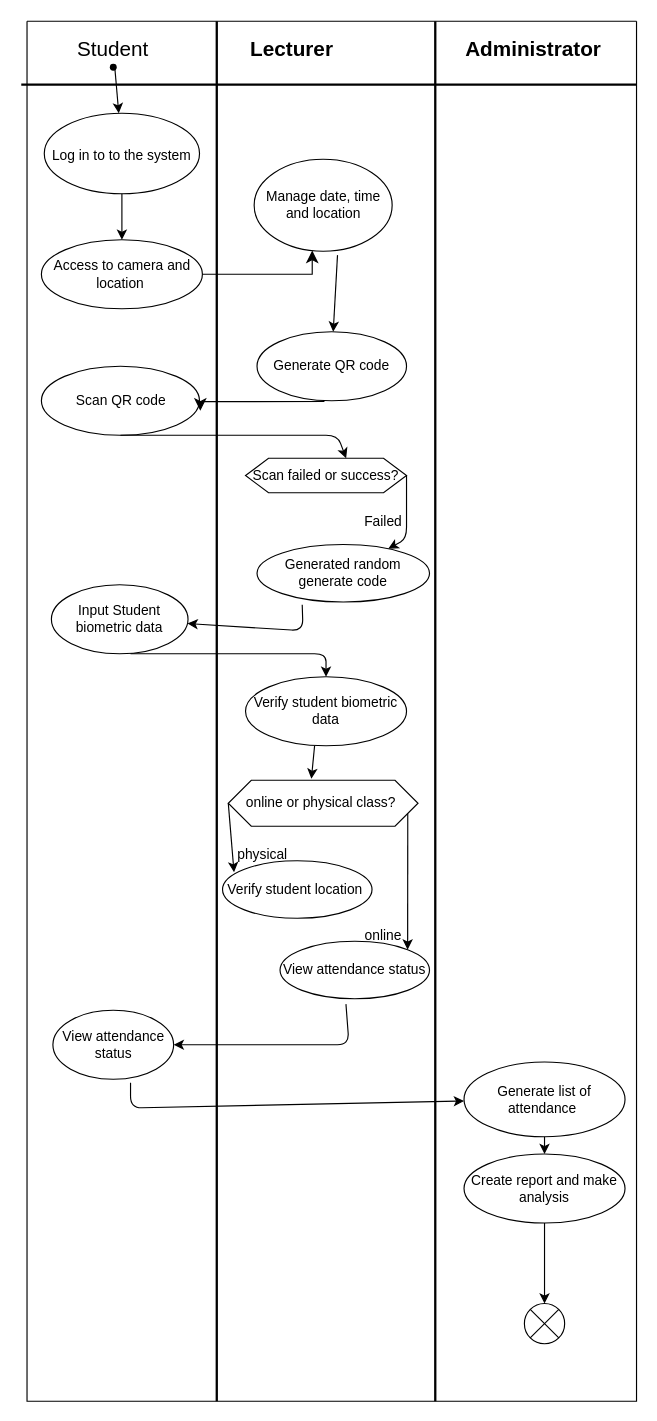
This is page "activity" (2 of 2) of project/drawio/cutie/UMLdiagram.drawio from drshahizan/software-engineering, a draw.io file, before an edit. Source tidied: cells renumbered, new cells numbered last; positions are measured from the earlier drawing's top-left corner, leaving out a move shared by most shapes. Both pictures are drawn from the tidied source at 115%, with x=0, y=0 at pixel (21, 21).
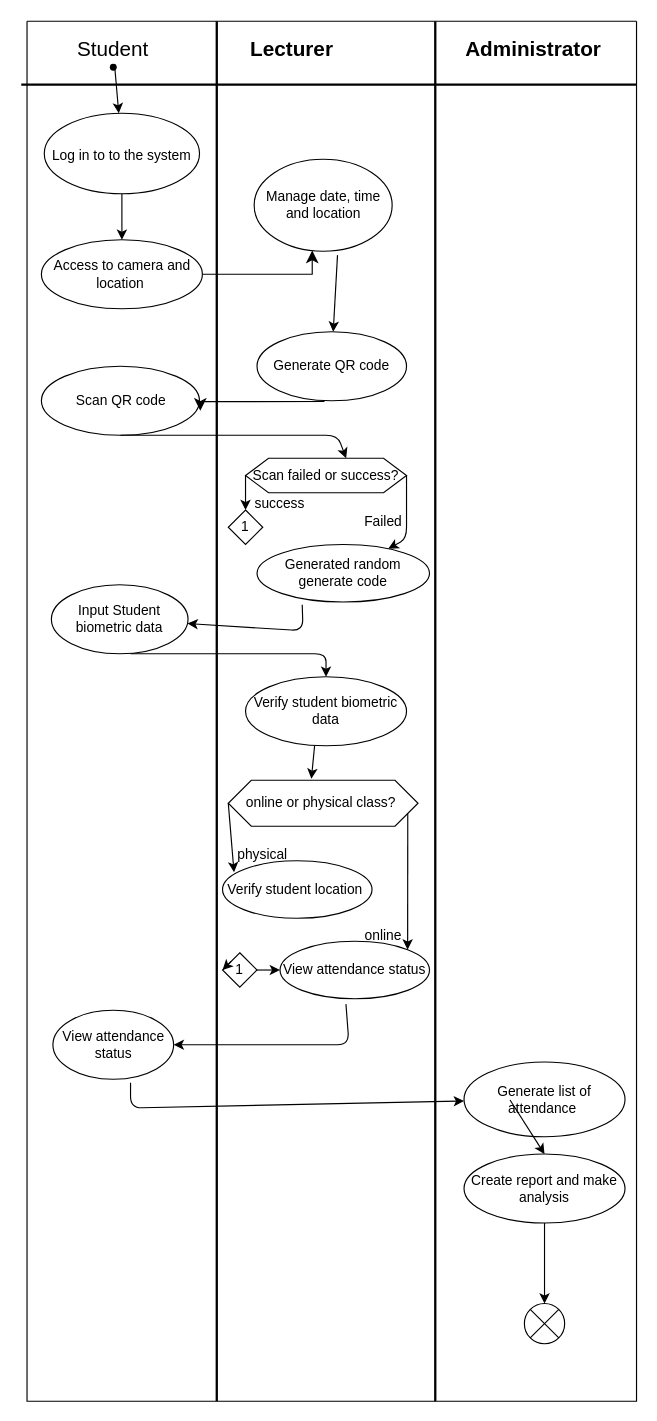
Above is the later version.

The change refers to these unchanged cells:
```xml
<mxCell id="2" style="swimlane;startSize=0;" parent="1" vertex="1">
  <mxGeometry x="5" width="530" height="1200" as="geometry" />
</mxCell>
<mxCell id="18" value="Scan failed or success?" style="shape=hexagon;perimeter=hexagonPerimeter2;whiteSpace=wrap;html=1;fixedSize=1;fontSize=12;" parent="2" vertex="1">
  <mxGeometry x="190" y="380" width="140" height="30" as="geometry" />
</mxCell>
<mxCell id="30" value="View attendance status" style="ellipse;whiteSpace=wrap;html=1;fontSize=12;" parent="2" vertex="1">
  <mxGeometry x="220" y="800" width="130" height="50" as="geometry" />
</mxCell>
<mxCell id="39" value="Generate list of attendance&amp;nbsp;" style="ellipse;whiteSpace=wrap;html=1;fontSize=12;" parent="2" vertex="1">
  <mxGeometry x="380" y="905" width="140" height="65" as="geometry" />
</mxCell>
<mxCell id="41" value="Create report and make analysis" style="ellipse;whiteSpace=wrap;html=1;fontSize=12;" parent="2" vertex="1">
  <mxGeometry x="380" y="985" width="140" height="60" as="geometry" />
</mxCell>
```

Change to the diagram source:
```diff
@@
-    <mxCell id="42" style="endArrow=classic;html=1;fontSize=12;exitX=0.5;exitY=1;exitDx=0;exitDy=0;entryX=0.5;entryY=0;entryDx=0;entryDy=0;" parent="2" edge="1" source="39" target="41">
-      <mxGeometry relative="1" as="geometry" />
+    <mxCell id="42" style="endArrow=classic;html=1;fontSize=12;entryX=0.5;entryY=0;entryDx=0;entryDy=0;" parent="2" edge="1" target="41">
+      <mxGeometry relative="1" as="geometry">
+        <mxPoint x="420" y="938" as="sourcePoint" />
+      </mxGeometry>
     </mxCell>
@@
+    <mxCell id="45" value="1" style="rhombus;whiteSpace=wrap;html=1;" parent="2" vertex="1">
+      <mxGeometry x="175" y="425" width="30" height="30" as="geometry" />
+    </mxCell>
+    <mxCell id="46" style="endArrow=classic;html=1;exitX=0;exitY=0.5;exitDx=0;exitDy=0;entryX=0.5;entryY=0;entryDx=0;entryDy=0;" parent="2" edge="1" source="18" target="45">
+      <mxGeometry relative="1" as="geometry" />
+    </mxCell>
+    <mxCell id="47" value="success" style="text;html=1;strokeColor=none;fillColor=none;align=center;verticalAlign=middle;whiteSpace=wrap;rounded=0;" parent="2" vertex="1">
+      <mxGeometry x="190" y="405" width="60" height="30" as="geometry" />
+    </mxCell>
+    <mxCell id="48" value="1" style="rhombus;whiteSpace=wrap;html=1;" parent="2" vertex="1">
+      <mxGeometry x="170" y="810" width="30" height="30" as="geometry" />
+    </mxCell>
+    <mxCell id="49" style="edgeStyle=none;html=1;exitX=0;exitY=0;exitDx=0;exitDy=0;entryX=0;entryY=0.5;entryDx=0;entryDy=0;" parent="2" edge="1" source="48" target="48">
+      <mxGeometry relative="1" as="geometry" />
+    </mxCell>
+    <mxCell id="50" style="endArrow=classic;html=1;exitX=1;exitY=0.5;exitDx=0;exitDy=0;entryX=0;entryY=0.5;entryDx=0;entryDy=0;" parent="2" edge="1" source="48" target="30">
+      <mxGeometry relative="1" as="geometry" />
+    </mxCell>
```
